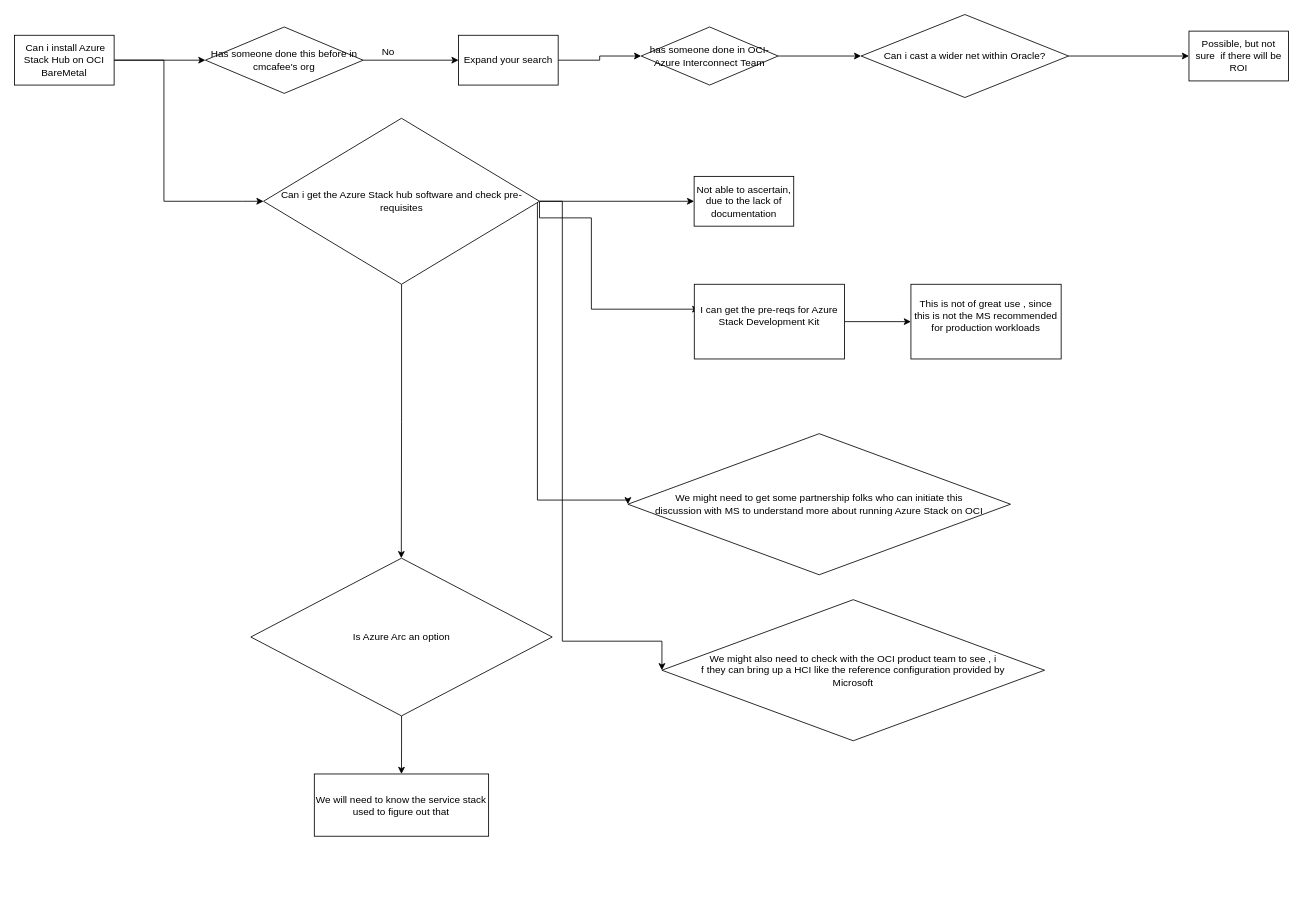
The draw.io diagram AprimoDiscovery.drawio in BharathGmail/EHI_POC, before the edit. Source tidied: cells renumbered, new cells numbered last; positions are measured from the earlier drawing's top-left corner, leaving out a move shared by most shapes. Both pictures are drawn from the tidied source at 83%, with x=0, y=0 at pixel (14, 14).
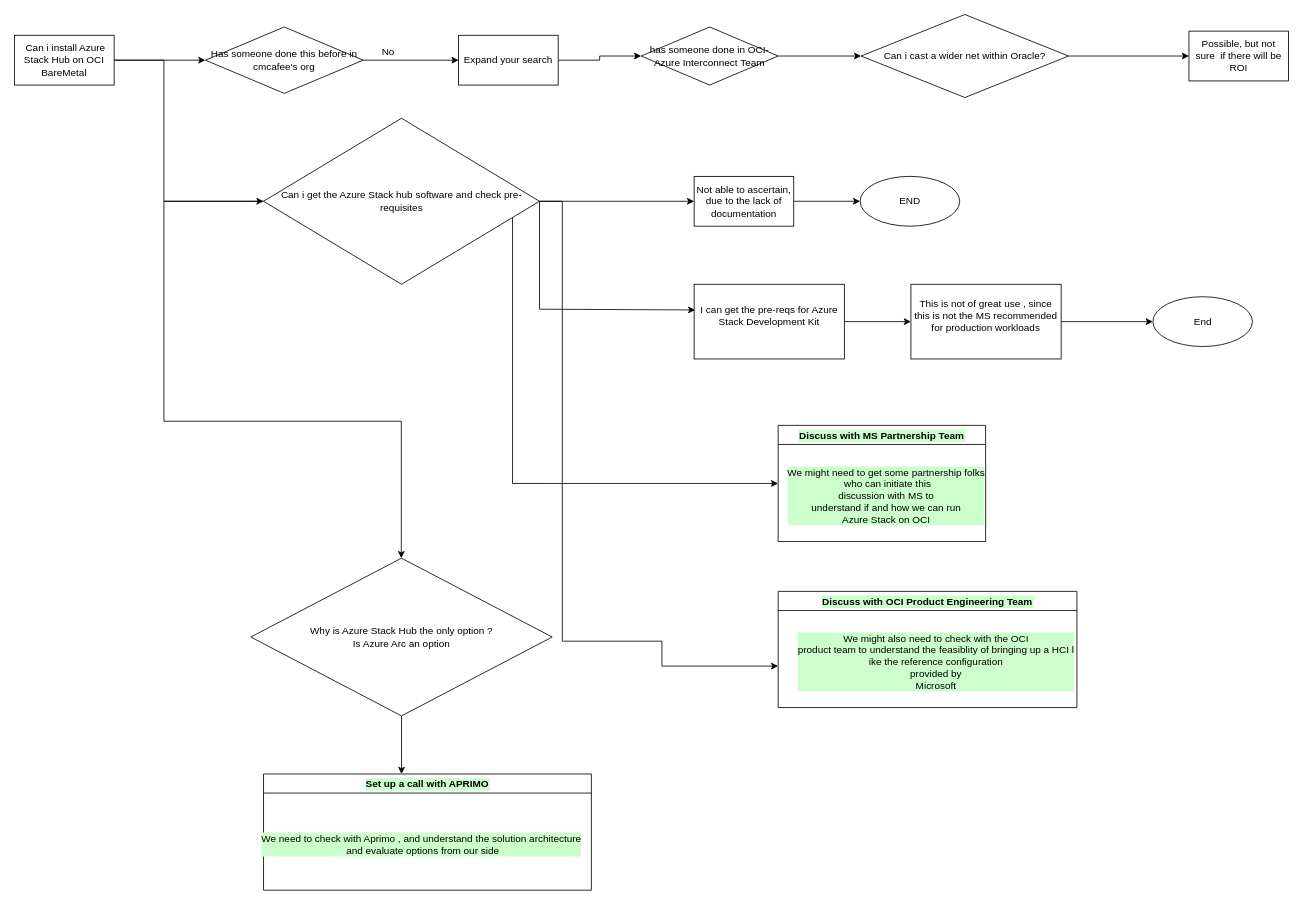
The same diagram, later.

The change refers to these unchanged cells:
```xml
<mxCell id="19" value="Can i get the Azure Stack hub software and check pre-requisites " style="rhombus;whiteSpace=wrap;html=1;rounded=0;" parent="1" vertex="1">
  <mxGeometry x="300" y="125" width="332.5" height="200" as="geometry" />
</mxCell>
<mxCell id="20" value="Not able to ascertain, due to the lack of documentation" style="whiteSpace=wrap;html=1;rounded=0;" parent="1" vertex="1">
  <mxGeometry x="818.8" y="195" width="120" height="60" as="geometry" />
</mxCell>
<mxCell id="23" value="&lt;div&gt;This is not of great use , since this is not the MS recommended for production workloads&lt;br&gt;&lt;/div&gt;&lt;div&gt;&lt;br&gt;&lt;/div&gt;" style="rounded=0;whiteSpace=wrap;html=1;" parent="1" vertex="1">
  <mxGeometry x="1080" y="325" width="181" height="90" as="geometry" />
</mxCell>
```

The edit, as a diff of the source:
```diff
@@
-    <mxCell id="15" style="edgeStyle=orthogonalEdgeStyle;rounded=0;jettySize=auto;html=1;exitX=1;exitY=0.5;exitDx=0;exitDy=0;" parent="1" edge="1" source="19">
+    <mxCell id="15" style="edgeStyle=orthogonalEdgeStyle;rounded=0;jettySize=auto;html=1;exitX=1;exitY=0.5;exitDx=0;exitDy=0;entryX=0.007;entryY=0.344;entryDx=0;entryDy=0;entryPerimeter=0;" parent="1" edge="1" source="19" target="22">
       <mxGeometry relative="1" as="geometry">
-        <mxPoint x="825" y="355" as="targetPoint" />
         <Array as="points">
-          <mxPoint x="633" y="245" />
-          <mxPoint x="695" y="245" />
-          <mxPoint x="695" y="355" />
+          <mxPoint x="633" y="355" />
         </Array>
       </mxGeometry>
     </mxCell>
-    <mxCell id="16" style="edgeStyle=orthogonalEdgeStyle;rounded=0;jettySize=auto;html=1;entryX=0;entryY=0.5;entryDx=0;entryDy=0;" parent="1" edge="1" source="19" target="25">
+    <mxCell id="16" style="edgeStyle=orthogonalEdgeStyle;rounded=0;jettySize=auto;html=1;entryX=0;entryY=0.333;entryDx=0;entryDy=0;entryPerimeter=0;" parent="1" edge="1" source="19" target="33">
       <mxGeometry relative="1" as="geometry">
         <Array as="points">
-          <mxPoint x="630" y="585" />
-          <mxPoint x="739" y="585" />
+          <mxPoint x="600" y="565" />
         </Array>
       </mxGeometry>
     </mxCell>
     <mxCell id="17" style="edgeStyle=orthogonalEdgeStyle;rounded=0;jettySize=auto;html=1;" parent="1" edge="1" source="19">
       <mxGeometry relative="1" as="geometry">
         <mxPoint x="466" y="655" as="targetPoint" />
+        <Array as="points">
+          <mxPoint x="180" y="225" />
+          <mxPoint x="180" y="490" />
+          <mxPoint x="466" y="490" />
+        </Array>
       </mxGeometry>
     </mxCell>
-    <mxCell id="18" style="edgeStyle=orthogonalEdgeStyle;rounded=0;jettySize=auto;html=1;entryX=0;entryY=0.5;entryDx=0;entryDy=0;" parent="1" edge="1" source="19" target="29">
+    <mxCell id="18" style="edgeStyle=orthogonalEdgeStyle;rounded=0;jettySize=auto;html=1;" parent="1" edge="1" source="19">
       <mxGeometry relative="1" as="geometry">
+        <mxPoint x="920" y="785" as="targetPoint" />
         <Array as="points">
           <mxPoint x="660" y="225" />
           <mxPoint x="660" y="755" />
           <mxPoint x="780" y="755" />
         </Array>
       </mxGeometry>
     </mxCell>
@@
+    <mxCell id="30" style="edgeStyle=orthogonalEdgeStyle;rounded=0;jettySize=auto;html=1;" parent="1" edge="1" source="20" target="38">
+      <mxGeometry relative="1" as="geometry" />
+    </mxCell>
@@
     <mxCell id="22" value="&lt;div&gt;I can get the pre-reqs for Azure Stack Development Kit &lt;br&gt;&lt;/div&gt;&lt;div&gt;&lt;br&gt;&lt;/div&gt;" style="rounded=0;whiteSpace=wrap;html=1;" parent="1" vertex="1">
-      <mxGeometry x="819" y="325" width="181" height="90" as="geometry" />
+      <mxGeometry x="818.8" y="325" width="181" height="90" as="geometry" />
     </mxCell>
+    <mxCell id="31" style="edgeStyle=orthogonalEdgeStyle;rounded=0;jettySize=auto;html=1;" parent="1" edge="1" source="23" target="39">
+      <mxGeometry relative="1" as="geometry" />
+    </mxCell>
@@
-    <mxCell id="25" value="We might need to get some partnership folks who can initiate this&lt;br&gt; discussion with MS to understand more about running Azure Stack on OCI" style="rhombus;whiteSpace=wrap;html=1;" parent="1" vertex="1">
-      <mxGeometry x="739" y="505" width="461" height="170" as="geometry" />
-    </mxCell>
-    <mxCell id="26" style="edgeStyle=orthogonalEdgeStyle;rounded=0;jettySize=auto;html=1;" parent="1" edge="1" source="27" target="28">
-      <mxGeometry relative="1" as="geometry" />
+    <mxCell id="26" style="edgeStyle=orthogonalEdgeStyle;rounded=0;jettySize=auto;html=1;" parent="1" edge="1" source="27">
+      <mxGeometry relative="1" as="geometry">
+        <mxPoint x="466.3" y="915" as="targetPoint" />
+      </mxGeometry>
     </mxCell>
-    <mxCell id="27" value="Is Azure Arc an option" style="rhombus;whiteSpace=wrap;html=1;" parent="1" vertex="1">
+    <mxCell id="27" value="Why is Azure Stack Hub the only option ? &lt;br&gt;Is Azure Arc an option" style="rhombus;whiteSpace=wrap;html=1;" parent="1" vertex="1">
       <mxGeometry x="284.7" y="655" width="363.1" height="190" as="geometry" />
     </mxCell>
-    <mxCell id="28" value="We will need to know the service stack used to figure out that" style="rounded=0;whiteSpace=wrap;html=1;" parent="1" vertex="1">
-      <mxGeometry x="361.2" y="915" width="210" height="75" as="geometry" />
-    </mxCell>
-    <mxCell id="29" value="&lt;div&gt;We might also need to check with the OCI product team to see , i&lt;/div&gt;&lt;div&gt;f they can bring up a HCI like the reference configuration provided by &lt;br&gt;&lt;/div&gt;&lt;div&gt;Microsoft&lt;br&gt;&lt;/div&gt;" style="rhombus;whiteSpace=wrap;html=1;" parent="1" vertex="1">
-      <mxGeometry x="780" y="705" width="461" height="170" as="geometry" />
-    </mxCell>
+    <mxCell id="32" value="Discuss with MS Partnership Team" style="swimlane;labelBackgroundColor=#CCFFCC;" parent="1" vertex="1">
+      <mxGeometry x="920" y="495" width="250" height="140" as="geometry" />
+    </mxCell>
+    <mxCell id="33" value="&lt;div&gt;We might need to get some partnership folks&lt;/div&gt;&lt;div&gt;&amp;nbsp;who can initiate this&lt;/div&gt;&lt;div&gt; discussion with MS to &lt;br&gt;&lt;/div&gt;&lt;div&gt;understand if and how we can run &lt;br&gt;&lt;/div&gt;&lt;div&gt;Azure Stack on OCI&lt;/div&gt;" style="text;html=1;align=center;verticalAlign=middle;points=[];strokeColor=none;fillColor=none;labelBackgroundColor=#CCFFCC;" parent="32" vertex="1">
+      <mxGeometry y="40" width="260" height="90" as="geometry" />
+    </mxCell>
+    <mxCell id="34" value="Discuss with OCI Product Engineering Team" style="swimlane;labelBackgroundColor=#CCFFCC;" parent="1" vertex="1">
+      <mxGeometry x="920" y="695" width="360" height="140" as="geometry" />
+    </mxCell>
+    <mxCell id="35" value="&lt;div&gt;We might also need to check with the OCI &lt;br&gt;product team to understand the feasiblity of bringing up a HCI l&lt;/div&gt;&lt;div&gt;ike the reference configuration &lt;br&gt;&lt;/div&gt;&lt;div&gt;provided by &lt;br&gt;&lt;/div&gt;Microsoft" style="text;html=1;align=center;verticalAlign=middle;strokeColor=none;fillColor=none;labelBackgroundColor=#CCFFCC;" parent="34" vertex="1">
+      <mxGeometry x="10" y="40" width="360" height="90" as="geometry" />
+    </mxCell>
+    <mxCell id="36" value="Set up a call with APRIMO" style="swimlane;labelBackgroundColor=#CCFFCC;" parent="1" vertex="1">
+      <mxGeometry x="300" y="915" width="395" height="140" as="geometry" />
+    </mxCell>
+    <mxCell id="37" value="&lt;div&gt;We need to check with Aprimo , and understand the solution architecture&lt;/div&gt;&lt;div&gt;&amp;nbsp;and evaluate options from our side &lt;/div&gt;" style="text;html=1;align=center;verticalAlign=middle;strokeColor=none;fillColor=none;labelBackgroundColor=#CCFFCC;" parent="36" vertex="1">
+      <mxGeometry x="-15" y="65" width="410" height="40" as="geometry" />
+    </mxCell>
+    <mxCell id="38" value="END" style="ellipse;whiteSpace=wrap;html=1;rounded=0;" parent="1" vertex="1">
+      <mxGeometry x="1018.8" y="195" width="120" height="60" as="geometry" />
+    </mxCell>
+    <mxCell id="39" value="End" style="ellipse;whiteSpace=wrap;html=1;rounded=0;" parent="1" vertex="1">
+      <mxGeometry x="1371.5" y="340" width="120" height="60" as="geometry" />
+    </mxCell>
```
